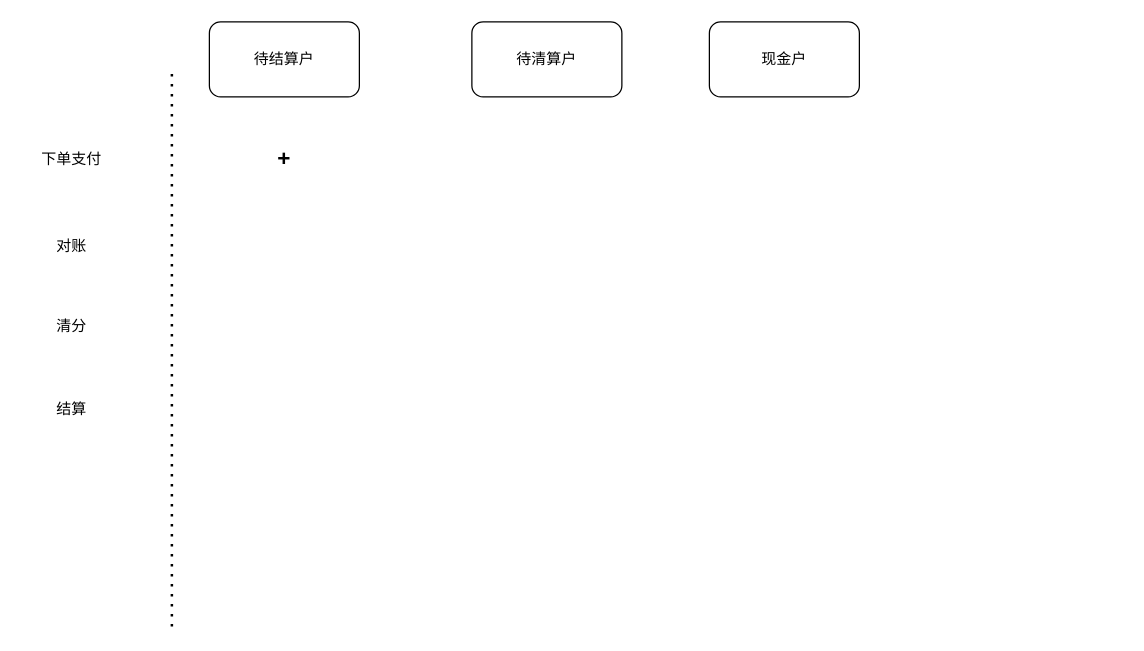
Before: Untitled Diagram.drawio in luoyuping/drawio, a draw.io diagram. Source tidied: cells renumbered, new cells numbered last; positions are measured from the earlier drawing's top-left corner, leaving out a move shared by most shapes. Both pictures are drawn from the tidied source at 125%, with x=0, y=0 at pixel (21, 21).
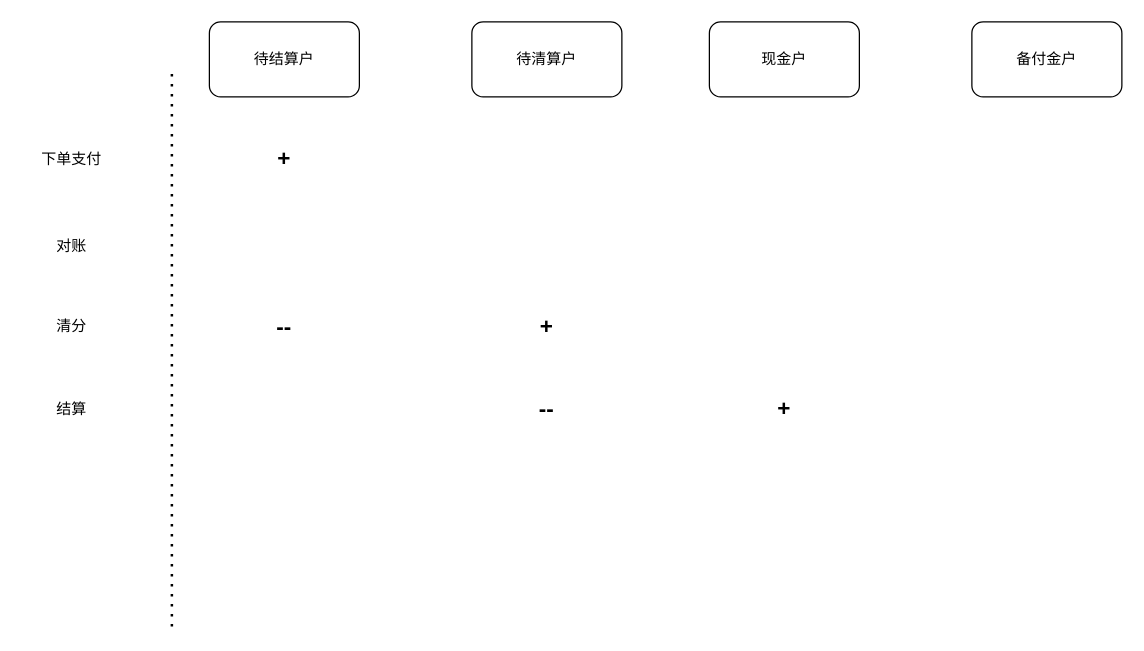
Above is the later version.

What changed in the source:
```diff
@@
 <mxGraphModel>
   <root>
     <mxCell id="0" />
     <mxCell id="1" parent="0" />
     <mxCell id="2" value="待结算户" style="rounded=1;whiteSpace=wrap;html=1;" parent="1" vertex="1">
       <mxGeometry x="150" width="120" height="60" as="geometry" />
     </mxCell>
     <mxCell id="3" value="待清算户" style="rounded=1;whiteSpace=wrap;html=1;" parent="1" vertex="1">
       <mxGeometry x="360" width="120" height="60" as="geometry" />
     </mxCell>
     <mxCell id="4" value="现金户" style="rounded=1;whiteSpace=wrap;html=1;" parent="1" vertex="1">
       <mxGeometry x="550" width="120" height="60" as="geometry" />
     </mxCell>
     <mxCell id="5" style="endArrow=none;dashed=1;html=1;dashPattern=1 3;strokeWidth=2;" parent="1" edge="1">
       <mxGeometry relative="1" as="geometry">
         <mxPoint x="120" y="483.6" as="sourcePoint" />
         <mxPoint x="120" y="40" as="targetPoint" />
       </mxGeometry>
     </mxCell>
     <mxCell id="6" value="下单支付" style="text;html=1;strokeColor=none;fillColor=none;align=center;verticalAlign=middle;whiteSpace=wrap;rounded=0;" parent="1" vertex="1">
       <mxGeometry y="100" width="80" height="20" as="geometry" />
     </mxCell>
     <mxCell id="7" value="&lt;b&gt;&lt;font style=&quot;font-size: 18px&quot;&gt;+&lt;/font&gt;&lt;/b&gt;" style="text;html=1;strokeColor=none;fillColor=none;align=center;verticalAlign=middle;whiteSpace=wrap;rounded=0;" parent="1" vertex="1">
       <mxGeometry x="190" y="100" width="40" height="20" as="geometry" />
     </mxCell>
     <mxCell id="8" value="结算" style="text;html=1;strokeColor=none;fillColor=none;align=center;verticalAlign=middle;whiteSpace=wrap;rounded=0;" parent="1" vertex="1">
       <mxGeometry y="300" width="80" height="20" as="geometry" />
     </mxCell>
     <mxCell id="9" value="对账" style="text;html=1;strokeColor=none;fillColor=none;align=center;verticalAlign=middle;whiteSpace=wrap;rounded=0;" parent="1" vertex="1">
       <mxGeometry y="170" width="80" height="20" as="geometry" />
     </mxCell>
     <mxCell id="10" value="清分" style="text;html=1;strokeColor=none;fillColor=none;align=center;verticalAlign=middle;whiteSpace=wrap;rounded=0;" parent="1" vertex="1">
       <mxGeometry y="233.5" width="80" height="20" as="geometry" />
     </mxCell>
+    <mxCell id="11" value="备付金户" style="rounded=1;whiteSpace=wrap;html=1;" parent="1" vertex="1">
+      <mxGeometry x="760" width="120" height="60" as="geometry" />
+    </mxCell>
+    <mxCell id="12" value="&lt;span style=&quot;font-size: 18px&quot;&gt;&lt;b&gt;+&lt;/b&gt;&lt;/span&gt;" style="text;html=1;strokeColor=none;fillColor=none;align=center;verticalAlign=middle;whiteSpace=wrap;rounded=0;" parent="1" vertex="1">
+      <mxGeometry x="400" y="234" width="40" height="20" as="geometry" />
+    </mxCell>
+    <mxCell id="13" value="&lt;span style=&quot;font-size: 18px&quot;&gt;&lt;b&gt;--&lt;/b&gt;&lt;/span&gt;" style="text;html=1;strokeColor=none;fillColor=none;align=center;verticalAlign=middle;whiteSpace=wrap;rounded=0;" parent="1" vertex="1">
+      <mxGeometry x="190" y="234" width="40" height="20" as="geometry" />
+    </mxCell>
+    <mxCell id="14" value="&lt;span style=&quot;font-size: 18px&quot;&gt;&lt;b&gt;--&lt;/b&gt;&lt;/span&gt;" style="text;html=1;strokeColor=none;fillColor=none;align=center;verticalAlign=middle;whiteSpace=wrap;rounded=0;" parent="1" vertex="1">
+      <mxGeometry x="400" y="300" width="40" height="20" as="geometry" />
+    </mxCell>
+    <mxCell id="15" value="&lt;span style=&quot;font-size: 18px&quot;&gt;&lt;b&gt;+&lt;/b&gt;&lt;/span&gt;" style="text;html=1;strokeColor=none;fillColor=none;align=center;verticalAlign=middle;whiteSpace=wrap;rounded=0;" parent="1" vertex="1">
+      <mxGeometry x="590" y="300" width="40" height="20" as="geometry" />
+    </mxCell>
   </root>
 </mxGraphModel>
```
